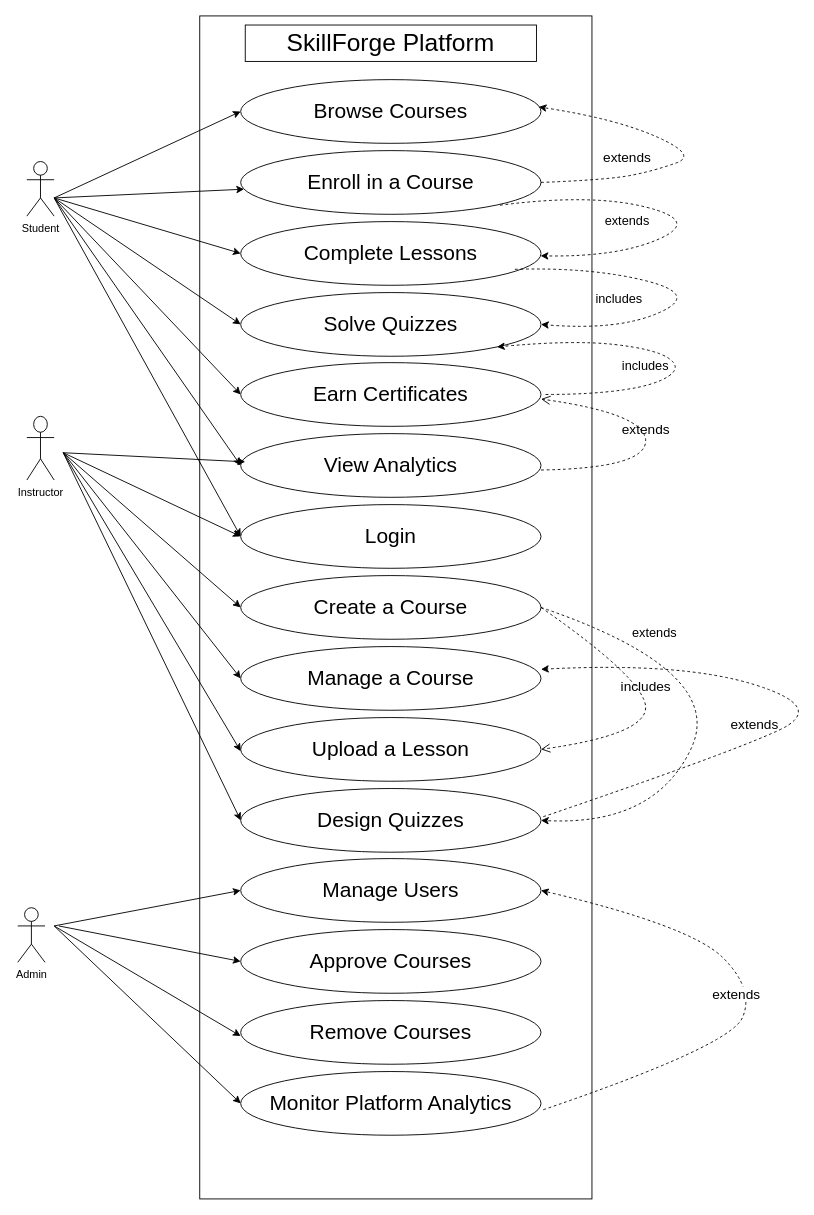
This is src/UseCase.drawio from xjoe8/SkillForge-System, a draw.io file, before an edit. Source tidied: cells renumbered, new cells numbered last; positions are measured from the earlier drawing's top-left corner, leaving out a move shared by most shapes. Both pictures are drawn from the tidied source at 91%, with x=0, y=0 at pixel (17, 15).
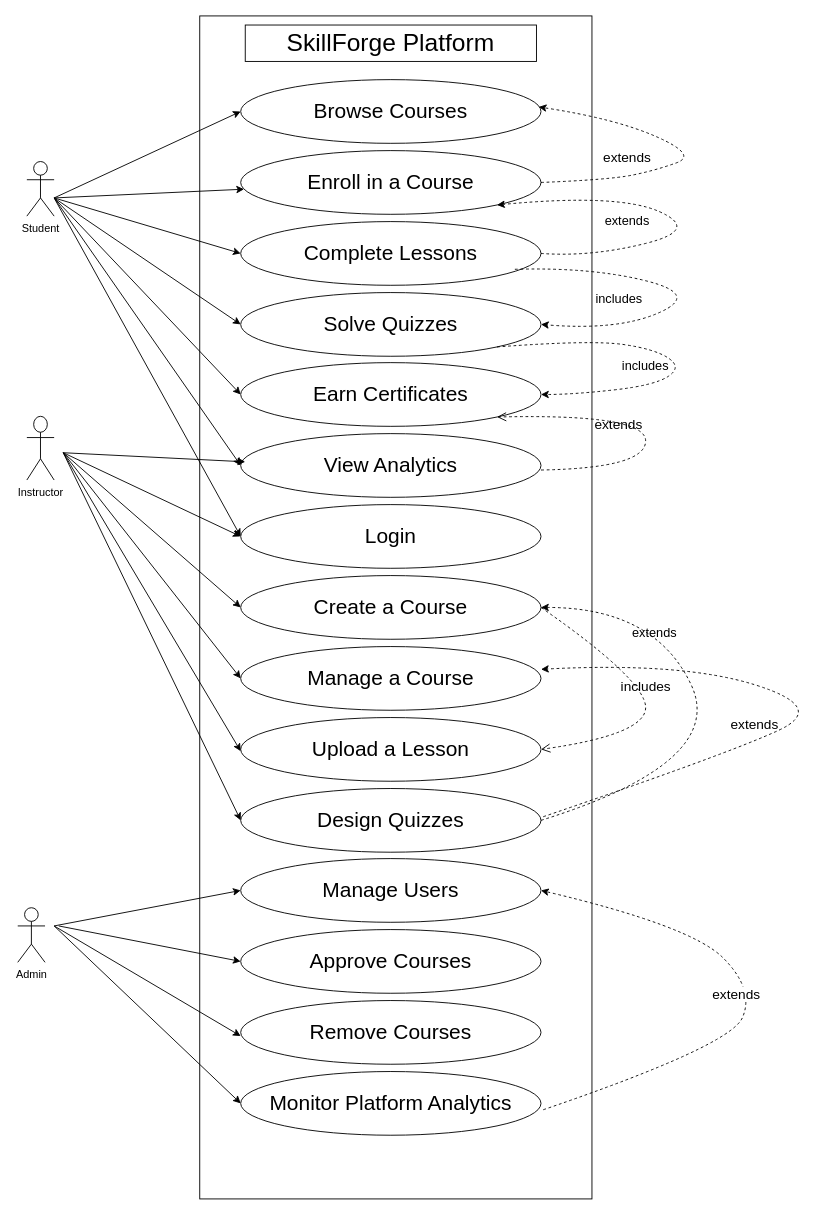
Above is the later version.

Unchanged cells that the change refers to:
```xml
<mxCell id="8" value="Enroll in a Course" style="ellipse;whiteSpace=wrap;html=1;fontSize=23;labelBackgroundColor=none;" parent="1" vertex="1">
  <mxGeometry x="245" y="148" width="330" height="70" as="geometry" />
</mxCell>
<mxCell id="9" value="Complete Lessons" style="ellipse;whiteSpace=wrap;html=1;fontSize=23;labelBackgroundColor=none;" parent="1" vertex="1">
  <mxGeometry x="245" y="226" width="330" height="70" as="geometry" />
</mxCell>
<mxCell id="10" value="Solve Quizzes" style="ellipse;whiteSpace=wrap;html=1;fontSize=23;labelBackgroundColor=none;" parent="1" vertex="1">
  <mxGeometry x="245" y="304" width="330" height="70" as="geometry" />
</mxCell>
<mxCell id="11" value="Earn Certificates" style="ellipse;whiteSpace=wrap;html=1;fontSize=23;labelBackgroundColor=none;" parent="1" vertex="1">
  <mxGeometry x="245" y="381" width="330" height="70" as="geometry" />
</mxCell>
<mxCell id="30" value="Create a Course" style="ellipse;whiteSpace=wrap;html=1;fontSize=23;labelBackgroundColor=none;" parent="1" vertex="1">
  <mxGeometry x="245" y="615" width="330" height="70" as="geometry" />
</mxCell>
<mxCell id="33" value="Design Quizzes" style="ellipse;whiteSpace=wrap;html=1;fontSize=23;labelBackgroundColor=none;" parent="1" vertex="1">
  <mxGeometry x="245" y="849" width="330" height="70" as="geometry" />
</mxCell>
```

What changed in the source:
```diff
@@
-    <mxCell id="18" style="curved=1;endArrow=classic;html=1;rounded=0;labelBackgroundColor=none;fontColor=default;dashed=1;" parent="1" edge="1" target="9">
+    <mxCell id="18" style="curved=1;endArrow=classic;html=1;rounded=0;labelBackgroundColor=none;fontColor=default;dashed=1;entryX=1;entryY=1;entryDx=0;entryDy=0;exitX=1;exitY=0.5;exitDx=0;exitDy=0;" parent="1" edge="1" source="9" target="8">
       <mxGeometry relative="1" as="geometry">
-        <mxPoint x="530" y="208" as="sourcePoint" />
         <Array as="points">
-          <mxPoint x="630" y="195" />
-          <mxPoint x="750" y="225" />
-          <mxPoint x="660" y="265" />
+          <mxPoint x="630" y="265" />
+          <mxPoint x="750" y="235" />
+          <mxPoint x="660" y="195" />
         </Array>
       </mxGeometry>
     </mxCell>
@@
-    <mxCell id="23" style="curved=1;endArrow=classic;html=1;rounded=0;entryX=1;entryY=1;entryDx=0;entryDy=0;labelBackgroundColor=none;fontColor=default;dashed=1;" parent="1" edge="1" target="10">
+    <mxCell id="23" style="curved=1;endArrow=classic;html=1;rounded=0;entryX=1;entryY=0.5;entryDx=0;entryDy=0;labelBackgroundColor=none;fontColor=default;dashed=1;exitX=1;exitY=1;exitDx=0;exitDy=0;" parent="1" edge="1" source="10" target="11">
       <mxGeometry relative="1" as="geometry">
-        <mxPoint x="580" y="416" as="sourcePoint" />
         <Array as="points">
-          <mxPoint x="630" y="416" />
+          <mxPoint x="630" y="356" />
+          <mxPoint x="700" y="366" />
+          <mxPoint x="730" y="386" />
           <mxPoint x="700" y="406" />
-          <mxPoint x="730" y="386" />
-          <mxPoint x="700" y="366" />
-          <mxPoint x="610" y="356" />
+          <mxPoint x="610" y="416" />
         </Array>
       </mxGeometry>
     </mxCell>
@@
-    <mxCell id="47" style="curved=1;endArrow=classic;html=1;rounded=0;exitX=1;exitY=0.5;exitDx=0;exitDy=0;entryX=1;entryY=0.5;entryDx=0;entryDy=0;labelBackgroundColor=none;fontColor=default;dashed=1;" parent="1" edge="1" source="30" target="33">
+    <mxCell id="47" style="curved=1;endArrow=classic;html=1;rounded=0;entryX=1;entryY=0.5;entryDx=0;entryDy=0;labelBackgroundColor=none;fontColor=default;dashed=1;" parent="1" edge="1" target="30">
       <mxGeometry relative="1" as="geometry">
+        <mxPoint x="575" y="884" as="sourcePoint" />
         <Array as="points">
-          <mxPoint x="780" y="720" />
-          <mxPoint x="700" y="890" />
+          <mxPoint x="780" y="820" />
+          <mxPoint x="700" y="650" />
         </Array>
       </mxGeometry>
     </mxCell>
@@
-    <mxCell id="49" value="&lt;span style=&quot;font-size: 15px;&quot;&gt;extends&lt;/span&gt;" style="html=1;verticalAlign=bottom;endArrow=open;endSize=8;curved=1;rounded=0;exitX=1;exitY=0.5;exitDx=0;exitDy=0;entryX=1;entryY=0.5;entryDx=0;entryDy=0;labelBackgroundColor=none;fontColor=default;dashed=1;" parent="1" edge="1">
-      <mxGeometry relative="1" as="geometry">
+    <mxCell id="49" value="&lt;span style=&quot;font-size: 15px;&quot;&gt;extends&lt;/span&gt;" style="html=1;verticalAlign=bottom;endArrow=open;endSize=8;curved=1;rounded=0;exitX=1;exitY=0.5;exitDx=0;exitDy=0;entryX=1;entryY=1;entryDx=0;entryDy=0;labelBackgroundColor=none;fontColor=default;dashed=1;" parent="1" edge="1" target="11">
+      <mxGeometry x="0.22" y="22" relative="1" as="geometry">
         <mxPoint x="575" y="499" as="sourcePoint" />
-        <mxPoint x="575" y="421" as="targetPoint" />
         <Array as="points">
           <mxPoint x="690" y="497" />
           <mxPoint x="690" y="437" />
         </Array>
       </mxGeometry>
     </mxCell>
```
